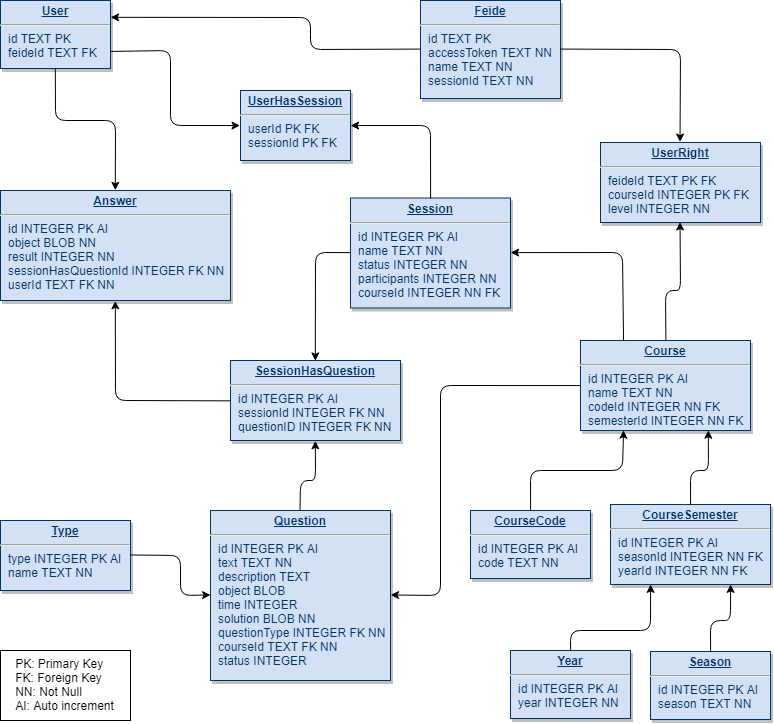
Earlier version of the draw.io export Rapport/bilder/diagrammer/databaseSchema.png (ChristofferHolmesland/InteraktivUndervisning). Source tidied: cells renumbered, new cells last; positions are measured from the earlier drawing's top-left corner, leaving out a move shared by most shapes.
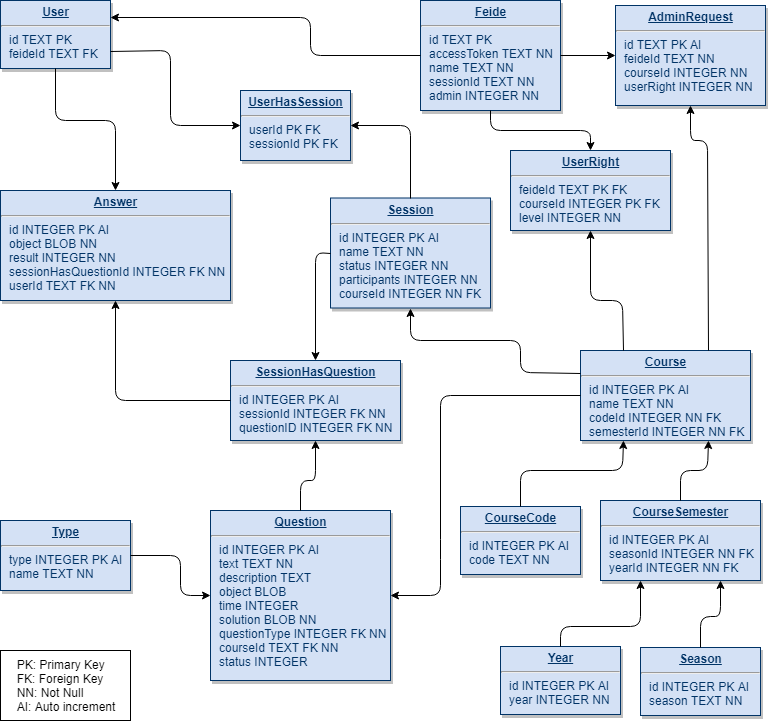
After the commit.

The edit, as a diff of the source:
```diff
@@ -5,29 +5,29 @@
     <mxCell id="2" value="&lt;p style=&quot;margin: 0px ; margin-top: 4px ; text-align: center ; text-decoration: underline&quot;&gt;&lt;b&gt;User&lt;/b&gt;&lt;/p&gt;&lt;hr&gt;&lt;p style=&quot;margin: 0px ; margin-left: 8px&quot;&gt;id TEXT PK&lt;/p&gt;&lt;p style=&quot;margin: 0px ; margin-left: 8px&quot;&gt;feideId TEXT FK&lt;/p&gt;" style="verticalAlign=top;align=left;overflow=fill;fontSize=12;fontFamily=Helvetica;html=1;strokeColor=#003366;shadow=1;fillColor=#D4E1F5;fontColor=#003366;" parent="1" vertex="1">
       <mxGeometry width="110" height="68" as="geometry" />
     </mxCell>
-    <mxCell id="3" value="&lt;p style=&quot;margin: 0px ; margin-top: 4px ; text-align: center ; text-decoration: underline&quot;&gt;&lt;b&gt;Feide&lt;/b&gt;&lt;/p&gt;&lt;hr&gt;&lt;p style=&quot;margin: 0px ; margin-left: 8px&quot;&gt;id TEXT PK&lt;/p&gt;&lt;p style=&quot;margin: 0px ; margin-left: 8px&quot;&gt;accessToken TEXT NN&lt;/p&gt;&lt;p style=&quot;margin: 0px ; margin-left: 8px&quot;&gt;name TEXT NN&lt;/p&gt;&lt;p style=&quot;margin: 0px ; margin-left: 8px&quot;&gt;sessionId TEXT NN&lt;/p&gt;" style="verticalAlign=top;align=left;overflow=fill;fontSize=12;fontFamily=Helvetica;html=1;strokeColor=#003366;shadow=1;fillColor=#D4E1F5;fontColor=#003366;" parent="1" vertex="1">
-      <mxGeometry x="420" width="140" height="98" as="geometry" />
+    <mxCell id="3" value="&lt;p style=&quot;margin: 0px ; margin-top: 4px ; text-align: center ; text-decoration: underline&quot;&gt;&lt;b&gt;Feide&lt;/b&gt;&lt;/p&gt;&lt;hr&gt;&lt;p style=&quot;margin: 0px ; margin-left: 8px&quot;&gt;id TEXT PK&lt;/p&gt;&lt;p style=&quot;margin: 0px ; margin-left: 8px&quot;&gt;accessToken TEXT NN&lt;/p&gt;&lt;p style=&quot;margin: 0px ; margin-left: 8px&quot;&gt;name TEXT NN&lt;/p&gt;&lt;p style=&quot;margin: 0px ; margin-left: 8px&quot;&gt;sessionId TEXT NN&lt;/p&gt;&lt;p style=&quot;margin: 0px ; margin-left: 8px&quot;&gt;admin INTEGER NN&lt;/p&gt;" style="verticalAlign=top;align=left;overflow=fill;fontSize=12;fontFamily=Helvetica;html=1;strokeColor=#003366;shadow=1;fillColor=#D4E1F5;fontColor=#003366;" parent="1" vertex="1">
+      <mxGeometry x="420" width="140" height="110" as="geometry" />
     </mxCell>
     <mxCell id="4" value="&lt;p style=&quot;margin: 0px ; margin-top: 4px ; text-align: center ; text-decoration: underline&quot;&gt;&lt;b&gt;Season&lt;/b&gt;&lt;/p&gt;&lt;hr&gt;&lt;p style=&quot;margin: 0px ; margin-left: 8px&quot;&gt;id INTEGER PK AI&lt;/p&gt;&lt;p style=&quot;margin: 0px ; margin-left: 8px&quot;&gt;season TEXT NN&lt;/p&gt;" style="verticalAlign=top;align=left;overflow=fill;fontSize=12;fontFamily=Helvetica;html=1;strokeColor=#003366;shadow=1;fillColor=#D4E1F5;fontColor=#003366;" parent="1" vertex="1">
-      <mxGeometry x="650" y="651" width="120" height="68" as="geometry" />
+      <mxGeometry x="640" y="647" width="120" height="68" as="geometry" />
     </mxCell>
     <mxCell id="5" value="&lt;p style=&quot;margin: 0px ; margin-top: 4px ; text-align: center ; text-decoration: underline&quot;&gt;&lt;b&gt;Year&lt;/b&gt;&lt;/p&gt;&lt;hr&gt;&lt;p style=&quot;margin: 0px ; margin-left: 8px&quot;&gt;id INTEGER PK AI&lt;/p&gt;&lt;p style=&quot;margin: 0px ; margin-left: 8px&quot;&gt;year INTEGER NN&lt;/p&gt;" style="verticalAlign=top;align=left;overflow=fill;fontSize=12;fontFamily=Helvetica;html=1;strokeColor=#003366;shadow=1;fillColor=#D4E1F5;fontColor=#003366;" parent="1" vertex="1">
-      <mxGeometry x="510" y="650" width="120" height="68" as="geometry" />
+      <mxGeometry x="500" y="646" width="120" height="68" as="geometry" />
     </mxCell>
     <mxCell id="6" value="&lt;p style=&quot;margin: 0px ; margin-top: 4px ; text-align: center ; text-decoration: underline&quot;&gt;&lt;b&gt;CourseSemester&lt;/b&gt;&lt;/p&gt;&lt;hr&gt;&lt;p style=&quot;margin: 0px ; margin-left: 8px&quot;&gt;id INTEGER PK AI&lt;/p&gt;&lt;p style=&quot;margin: 0px ; margin-left: 8px&quot;&gt;seasonId INTEGER NN FK&lt;/p&gt;&lt;p style=&quot;margin: 0px ; margin-left: 8px&quot;&gt;yearId INTEGER NN FK&lt;/p&gt;" style="verticalAlign=top;align=left;overflow=fill;fontSize=12;fontFamily=Helvetica;html=1;strokeColor=#003366;shadow=1;fillColor=#D4E1F5;fontColor=#003366;" parent="1" vertex="1">
-      <mxGeometry x="610" y="504" width="160" height="80" as="geometry" />
+      <mxGeometry x="600" y="500" width="160" height="80" as="geometry" />
     </mxCell>
     <mxCell id="7" value="&lt;p style=&quot;margin: 0px ; margin-top: 4px ; text-align: center ; text-decoration: underline&quot;&gt;&lt;b&gt;CourseCode&lt;/b&gt;&lt;/p&gt;&lt;hr&gt;&lt;p style=&quot;margin: 0px ; margin-left: 8px&quot;&gt;id INTEGER PK AI&lt;/p&gt;&lt;p style=&quot;margin: 0px ; margin-left: 8px&quot;&gt;code TEXT NN&lt;/p&gt;" style="verticalAlign=top;align=left;overflow=fill;fontSize=12;fontFamily=Helvetica;html=1;strokeColor=#003366;shadow=1;fillColor=#D4E1F5;fontColor=#003366;" parent="1" vertex="1">
-      <mxGeometry x="470" y="510" width="120" height="68" as="geometry" />
+      <mxGeometry x="460" y="506" width="120" height="68" as="geometry" />
     </mxCell>
     <mxCell id="8" value="&lt;p style=&quot;margin: 0px ; margin-top: 4px ; text-align: center ; text-decoration: underline&quot;&gt;&lt;b&gt;Course&lt;/b&gt;&lt;/p&gt;&lt;hr&gt;&lt;p style=&quot;margin: 0px ; margin-left: 8px&quot;&gt;id INTEGER PK AI&lt;/p&gt;&lt;p style=&quot;margin: 0px ; margin-left: 8px&quot;&gt;name TEXT NN&lt;/p&gt;&lt;p style=&quot;margin: 0px ; margin-left: 8px&quot;&gt;codeId INTEGER NN FK&lt;/p&gt;&lt;p style=&quot;margin: 0px ; margin-left: 8px&quot;&gt;semesterId INTEGER NN FK&lt;/p&gt;" style="verticalAlign=top;align=left;overflow=fill;fontSize=12;fontFamily=Helvetica;html=1;strokeColor=#003366;shadow=1;fillColor=#D4E1F5;fontColor=#003366;" parent="1" vertex="1">
-      <mxGeometry x="580" y="340" width="170" height="90" as="geometry" />
+      <mxGeometry x="580" y="350" width="170" height="90" as="geometry" />
     </mxCell>
     <mxCell id="9" value="&lt;p style=&quot;margin: 0px ; margin-top: 4px ; text-align: center ; text-decoration: underline&quot;&gt;&lt;b&gt;UserRight&lt;/b&gt;&lt;/p&gt;&lt;hr&gt;&lt;p style=&quot;margin: 0px ; margin-left: 8px&quot;&gt;feideId TEXT PK FK&lt;/p&gt;&lt;p style=&quot;margin: 0px ; margin-left: 8px&quot;&gt;courseId INTEGER PK FK&lt;/p&gt;&lt;p style=&quot;margin: 0px ; margin-left: 8px&quot;&gt;level INTEGER NN&lt;/p&gt;" style="verticalAlign=top;align=left;overflow=fill;fontSize=12;fontFamily=Helvetica;html=1;strokeColor=#003366;shadow=1;fillColor=#D4E1F5;fontColor=#003366;" parent="1" vertex="1">
-      <mxGeometry x="600" y="142" width="160" height="80" as="geometry" />
+      <mxGeometry x="510" y="150" width="160" height="80" as="geometry" />
     </mxCell>
     <mxCell id="10" value="&lt;p style=&quot;margin: 0px ; margin-top: 4px ; text-align: center ; text-decoration: underline&quot;&gt;&lt;b&gt;Session&lt;/b&gt;&lt;/p&gt;&lt;hr&gt;&lt;p style=&quot;margin: 0px ; margin-left: 8px&quot;&gt;id INTEGER PK AI&lt;/p&gt;&lt;p style=&quot;margin: 0px ; margin-left: 8px&quot;&gt;name TEXT NN&lt;/p&gt;&lt;p style=&quot;margin: 0px ; margin-left: 8px&quot;&gt;status INTEGER NN&lt;/p&gt;&lt;p style=&quot;margin: 0px ; margin-left: 8px&quot;&gt;participants INTEGER NN&lt;/p&gt;&lt;p style=&quot;margin: 0px ; margin-left: 8px&quot;&gt;courseId INTEGER NN FK&lt;/p&gt;" style="verticalAlign=top;align=left;overflow=fill;fontSize=12;fontFamily=Helvetica;html=1;strokeColor=#003366;shadow=1;fillColor=#D4E1F5;fontColor=#003366;" parent="1" vertex="1">
-      <mxGeometry x="350" y="197.5" width="160" height="110" as="geometry" />
+      <mxGeometry x="330" y="197.5" width="160" height="110" as="geometry" />
     </mxCell>
     <mxCell id="11" value="&lt;p style=&quot;margin: 0px ; margin-top: 4px ; text-align: center ; text-decoration: underline&quot;&gt;&lt;b&gt;UserHasSession&lt;/b&gt;&lt;/p&gt;&lt;hr&gt;&lt;p style=&quot;margin: 0px ; margin-left: 8px&quot;&gt;userId PK FK&lt;/p&gt;&lt;p style=&quot;margin: 0px ; margin-left: 8px&quot;&gt;sessionId PK FK&lt;/p&gt;" style="verticalAlign=top;align=left;overflow=fill;fontSize=12;fontFamily=Helvetica;html=1;strokeColor=#003366;shadow=1;fillColor=#D4E1F5;fontColor=#003366;" parent="1" vertex="1">
       <mxGeometry x="240" y="90" width="110" height="70" as="geometry" />
@@ -60,13 +60,6 @@
         </Array>
       </mxGeometry>
     </mxCell>
-    <mxCell id="18" style="endArrow=classic;html=1;exitX=1;exitY=0.5;exitDx=0;exitDy=0;entryX=0.5;entryY=0;entryDx=0;entryDy=0;" parent="1" edge="1" source="3" target="9">
-      <mxGeometry relative="1" as="geometry">
-        <Array as="points">
-          <mxPoint x="680" y="49" />
-        </Array>
-      </mxGeometry>
-    </mxCell>
     <mxCell id="19" style="endArrow=classic;html=1;exitX=1;exitY=0.5;exitDx=0;exitDy=0;entryX=0;entryY=0.5;entryDx=0;entryDy=0;" parent="1" edge="1" source="12" target="13">
       <mxGeometry relative="1" as="geometry">
         <Array as="points">
@@ -93,50 +86,19 @@
     <mxCell id="22" style="endArrow=classic;html=1;exitX=0.5;exitY=0;exitDx=0;exitDy=0;entryX=0.25;entryY=1;entryDx=0;entryDy=0;" parent="1" edge="1" source="5" target="6">
       <mxGeometry relative="1" as="geometry">
         <Array as="points">
-          <mxPoint x="570" y="630" />
-          <mxPoint x="650" y="630" />
+          <mxPoint x="560" y="626" />
+          <mxPoint x="640" y="626" />
         </Array>
       </mxGeometry>
     </mxCell>
     <mxCell id="23" style="endArrow=classic;html=1;exitX=0.5;exitY=0;exitDx=0;exitDy=0;entryX=0.75;entryY=1;entryDx=0;entryDy=0;" parent="1" edge="1" source="4" target="6">
       <mxGeometry relative="1" as="geometry">
         <Array as="points">
-          <mxPoint x="710" y="620" />
-          <mxPoint x="730" y="620" />
+          <mxPoint x="700" y="616" />
+          <mxPoint x="720" y="616" />
         </Array>
       </mxGeometry>
     </mxCell>
-    <mxCell id="24" style="endArrow=classic;html=1;entryX=0.75;entryY=1;entryDx=0;entryDy=0;exitX=0.5;exitY=0;exitDx=0;exitDy=0;" parent="1" edge="1" source="6" target="8">
-      <mxGeometry relative="1" as="geometry">
-        <Array as="points">
-          <mxPoint x="690" y="470" />
-          <mxPoint x="708" y="470" />
-        </Array>
-      </mxGeometry>
-    </mxCell>
-    <mxCell id="25" style="endArrow=classic;html=1;entryX=0.25;entryY=1;entryDx=0;entryDy=0;exitX=0.5;exitY=0;exitDx=0;exitDy=0;" parent="1" edge="1" source="7" target="8">
-      <mxGeometry relative="1" as="geometry">
-        <Array as="points">
-          <mxPoint x="530" y="470" />
-          <mxPoint x="622" y="470" />
-        </Array>
-      </mxGeometry>
-    </mxCell>
-    <mxCell id="26" style="endArrow=classic;html=1;exitX=0.5;exitY=0;exitDx=0;exitDy=0;entryX=0.5;entryY=1;entryDx=0;entryDy=0;" parent="1" edge="1" source="8" target="9">
-      <mxGeometry relative="1" as="geometry">
-        <Array as="points">
-          <mxPoint x="665" y="290" />
-          <mxPoint x="680" y="290" />
-        </Array>
-      </mxGeometry>
-    </mxCell>
-    <mxCell id="27" style="endArrow=classic;html=1;exitX=0.25;exitY=0;exitDx=0;exitDy=0;entryX=1;entryY=0.5;entryDx=0;entryDy=0;" parent="1" edge="1" source="8" target="10">
-      <mxGeometry relative="1" as="geometry">
-        <Array as="points">
-          <mxPoint x="622" y="252" />
-        </Array>
-      </mxGeometry>
-    </mxCell>
     <mxCell id="28" style="endArrow=classic;html=1;entryX=0.5;entryY=0;entryDx=0;entryDy=0;exitX=0;exitY=0.5;exitDx=0;exitDy=0;" parent="1" edge="1" source="10" target="14">
       <mxGeometry relative="1" as="geometry">
         <Array as="points">
@@ -147,7 +109,8 @@
     <mxCell id="29" style="endArrow=classic;html=1;exitX=0;exitY=0.5;exitDx=0;exitDy=0;entryX=1;entryY=0.5;entryDx=0;entryDy=0;" parent="1" edge="1" source="8" target="13">
       <mxGeometry relative="1" as="geometry">
         <Array as="points">
-          <mxPoint x="440" y="385" />
+          <mxPoint x="440" y="395" />
+          <mxPoint x="440" y="549" />
           <mxPoint x="440" y="595" />
         </Array>
       </mxGeometry>
@@ -155,14 +118,14 @@
     <mxCell id="30" style="endArrow=classic;html=1;entryX=1;entryY=0.5;entryDx=0;entryDy=0;exitX=0.5;exitY=0;exitDx=0;exitDy=0;" parent="1" edge="1" source="10" target="11">
       <mxGeometry relative="1" as="geometry">
         <Array as="points">
-          <mxPoint x="430" y="125" />
+          <mxPoint x="410" y="125" />
         </Array>
       </mxGeometry>
     </mxCell>
     <mxCell id="31" style="endArrow=classic;html=1;entryX=1;entryY=0.25;entryDx=0;entryDy=0;exitX=0;exitY=0.5;exitDx=0;exitDy=0;" parent="1" edge="1" source="3" target="2">
       <mxGeometry relative="1" as="geometry">
         <Array as="points">
-          <mxPoint x="310" y="49" />
+          <mxPoint x="310" y="55" />
           <mxPoint x="310" y="17" />
         </Array>
       </mxGeometry>
@@ -170,5 +133,60 @@
     <mxCell id="32" value="&lt;div style=&quot;text-align: left&quot;&gt;&lt;span&gt;PK: Primary Key&lt;/span&gt;&lt;/div&gt;&lt;div style=&quot;text-align: left&quot;&gt;&lt;span&gt;FK: Foreign Key&lt;/span&gt;&lt;/div&gt;&lt;div style=&quot;text-align: left&quot;&gt;&lt;span&gt;NN: Not Null&lt;/span&gt;&lt;/div&gt;&lt;div style=&quot;text-align: left&quot;&gt;&lt;span&gt;AI: Auto increment&lt;/span&gt;&lt;/div&gt;" style="rounded=0;whiteSpace=wrap;html=1;" parent="1" vertex="1">
       <mxGeometry y="650" width="130" height="70" as="geometry" />
     </mxCell>
+    <mxCell id="33" value="&lt;p style=&quot;margin: 0px ; margin-top: 4px ; text-align: center ; text-decoration: underline&quot;&gt;&lt;b&gt;AdminRequest&lt;/b&gt;&lt;/p&gt;&lt;hr&gt;&lt;p style=&quot;margin: 0px ; margin-left: 8px&quot;&gt;id TEXT PK AI&lt;/p&gt;&lt;p style=&quot;margin: 0px ; margin-left: 8px&quot;&gt;feideId TEXT NN&lt;/p&gt;&lt;p style=&quot;margin: 0px ; margin-left: 8px&quot;&gt;courseId INTEGER NN&lt;/p&gt;&lt;p style=&quot;margin: 0px ; margin-left: 8px&quot;&gt;userRight INTEGER NN&lt;/p&gt;" style="verticalAlign=top;align=left;overflow=fill;fontSize=12;fontFamily=Helvetica;html=1;strokeColor=#003366;shadow=1;fillColor=#D4E1F5;fontColor=#003366;" parent="1" vertex="1">
+      <mxGeometry x="615" y="5" width="150" height="100" as="geometry" />
+    </mxCell>
+    <mxCell id="18" style="endArrow=classic;html=1;entryX=0.5;entryY=0;entryDx=0;entryDy=0;exitX=0.5;exitY=1;exitDx=0;exitDy=0;" parent="1" edge="1" source="3" target="9">
+      <mxGeometry relative="1" as="geometry">
+        <Array as="points">
+          <mxPoint x="490" y="130" />
+          <mxPoint x="590" y="130" />
+        </Array>
+      </mxGeometry>
+    </mxCell>
+    <mxCell id="27" style="endArrow=classic;html=1;exitX=0;exitY=0.25;exitDx=0;exitDy=0;entryX=0.5;entryY=1;entryDx=0;entryDy=0;" parent="1" edge="1" source="8" target="10">
+      <mxGeometry relative="1" as="geometry">
+        <Array as="points">
+          <mxPoint x="520" y="372" />
+          <mxPoint x="520" y="340" />
+          <mxPoint x="410" y="340" />
+        </Array>
+      </mxGeometry>
+    </mxCell>
+    <mxCell id="26" style="endArrow=classic;html=1;entryX=0.5;entryY=1;entryDx=0;entryDy=0;exitX=0.25;exitY=0;exitDx=0;exitDy=0;" parent="1" edge="1" source="8" target="9">
+      <mxGeometry relative="1" as="geometry">
+        <Array as="points">
+          <mxPoint x="622" y="300" />
+          <mxPoint x="590" y="300" />
+        </Array>
+      </mxGeometry>
+    </mxCell>
+    <mxCell id="34" style="endArrow=classic;html=1;entryX=0.5;entryY=1;entryDx=0;entryDy=0;exitX=0.75;exitY=0;exitDx=0;exitDy=0;" parent="1" edge="1" source="8" target="33">
+      <mxGeometry relative="1" as="geometry">
+        <Array as="points">
+          <mxPoint x="707" y="140" />
+          <mxPoint x="690" y="140" />
+        </Array>
+      </mxGeometry>
+    </mxCell>
+    <mxCell id="25" style="endArrow=classic;html=1;entryX=0.25;entryY=1;entryDx=0;entryDy=0;exitX=0.5;exitY=0;exitDx=0;exitDy=0;" parent="1" edge="1" source="7" target="8">
+      <mxGeometry relative="1" as="geometry">
+        <Array as="points">
+          <mxPoint x="520" y="470" />
+          <mxPoint x="622" y="470" />
+        </Array>
+      </mxGeometry>
+    </mxCell>
+    <mxCell id="24" style="endArrow=classic;html=1;entryX=0.75;entryY=1;entryDx=0;entryDy=0;exitX=0.5;exitY=0;exitDx=0;exitDy=0;" parent="1" edge="1" source="6" target="8">
+      <mxGeometry relative="1" as="geometry">
+        <Array as="points">
+          <mxPoint x="680" y="470" />
+          <mxPoint x="707" y="470" />
+        </Array>
+      </mxGeometry>
+    </mxCell>
+    <mxCell id="35" style="endArrow=classic;html=1;exitX=1;exitY=0.5;exitDx=0;exitDy=0;entryX=0;entryY=0.5;entryDx=0;entryDy=0;" parent="1" edge="1" source="3" target="33">
+      <mxGeometry relative="1" as="geometry" />
+    </mxCell>
   </root>
 </mxGraphModel>
```
